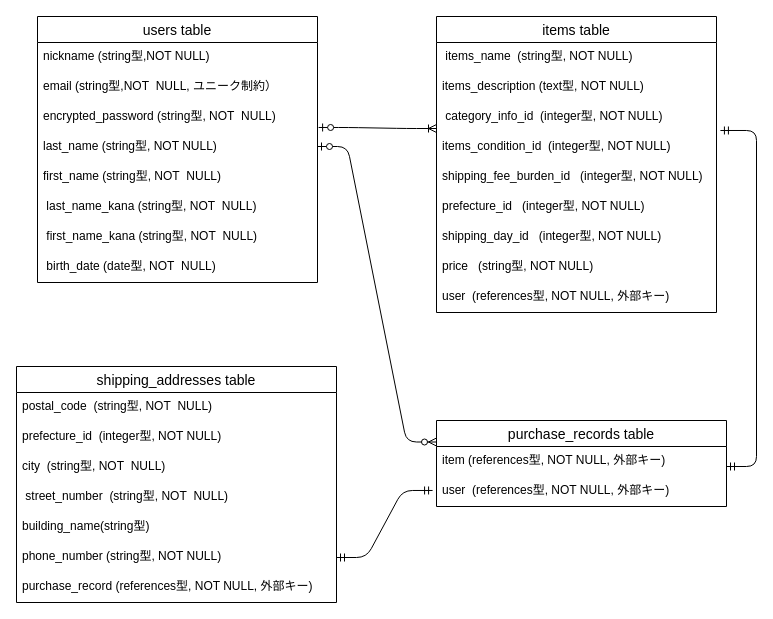
This is test.dio from eat-rice-crackers/furima-40436, a draw.io file, before an edit. Source tidied: cells renumbered, new cells numbered last; positions are measured from the earlier drawing's top-left corner, leaving out a move shared by most shapes. Both pictures are drawn from the tidied source at 100%, with x=0, y=0 at pixel (16, 16).
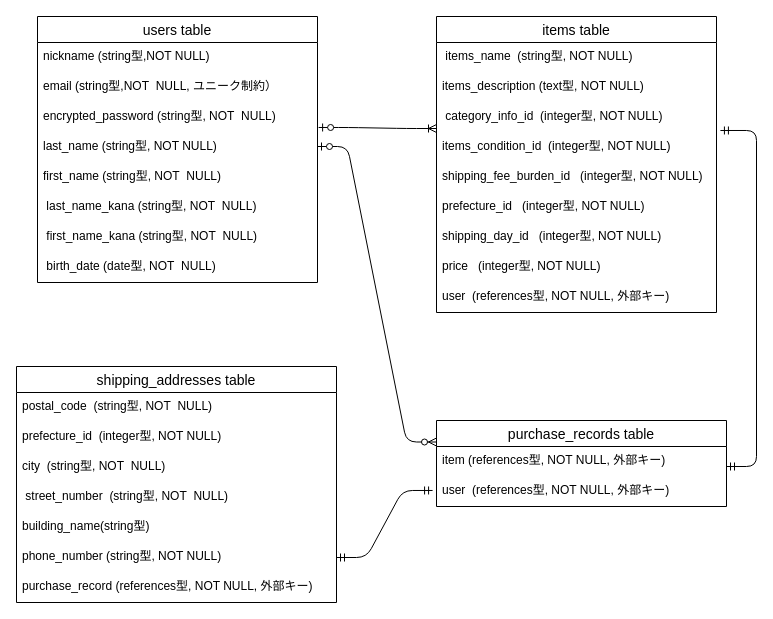
The same diagram, later.

The change refers to these unchanged cells:
```xml
<mxCell id="11" value="items table" style="swimlane;fontStyle=0;horizontal=1;startSize=26;align=center;fontSize=14;" parent="1" vertex="1">
  <mxGeometry x="420" width="280" height="296" as="geometry" />
</mxCell>
```

Change to the diagram source:
```diff
@@
-    <mxCell id="19" value="price   (string型, NOT NULL)" style="text;strokeColor=none;fillColor=none;spacingLeft=4;spacingRight=4;overflow=hidden;fontSize=12;" parent="11" vertex="1">
+    <mxCell id="19" value="price   (integer型, NOT NULL)" style="text;strokeColor=none;fillColor=none;spacingLeft=4;spacingRight=4;overflow=hidden;fontSize=12;" parent="11" vertex="1">
       <mxGeometry y="236" width="280" height="30" as="geometry" />
     </mxCell>
```
